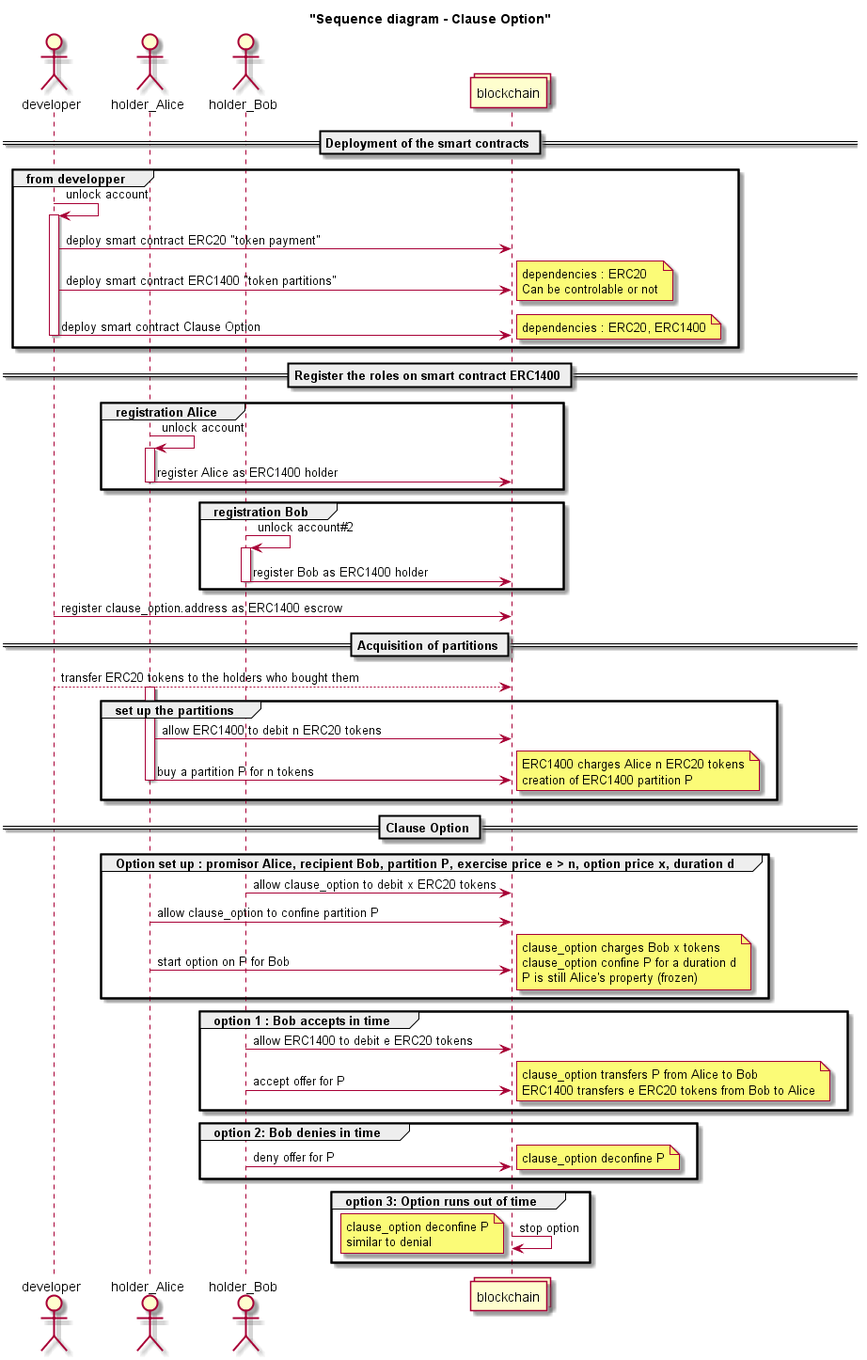
Earlier version of the PlantUML export uml-diagrams/sequence_clause_option_commente.png (feraudt/open-clause).
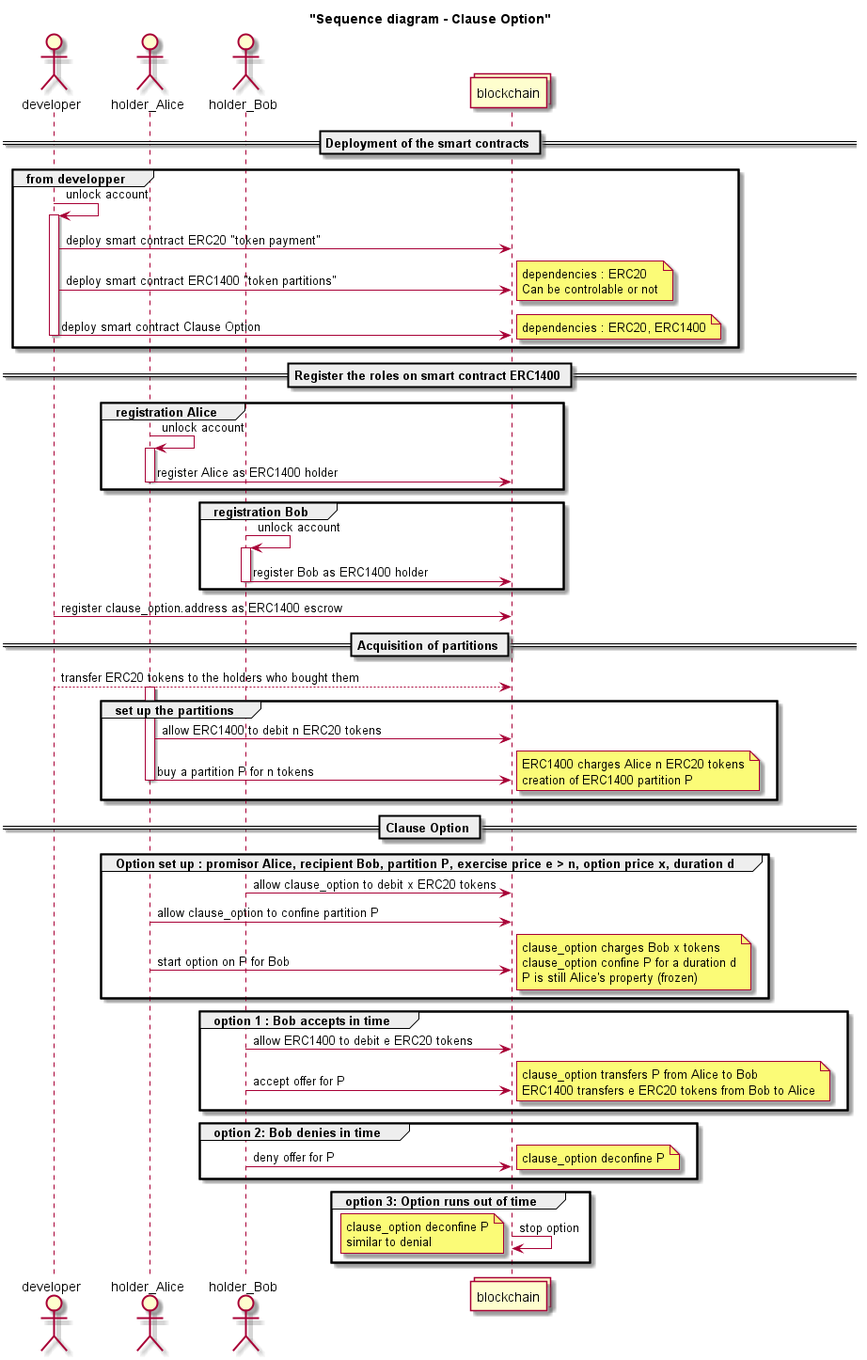
The same file after the commit.

Commit message:
corr uml

Change to the diagram source:
```diff
@@ -37,7 +37,7 @@
 
 group registration Bob
 
-holder_Bob -> holder_Bob : unlock account#2
+holder_Bob -> holder_Bob : unlock account
 activate holder_Bob
 holder_Bob -> blockchain : register Bob as ERC1400 holder
 deactivate holder_Bob
```
